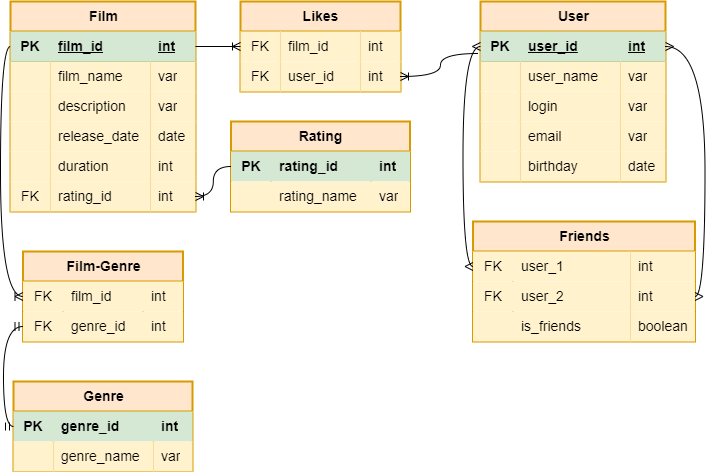
This is schema.png from mrSkobelev/java-filmorate, a draw.io export, as it was before one commit. Source tidied: cells renumbered, new cells last; positions are measured from the earlier drawing's top-left corner, leaving out a move shared by most shapes.
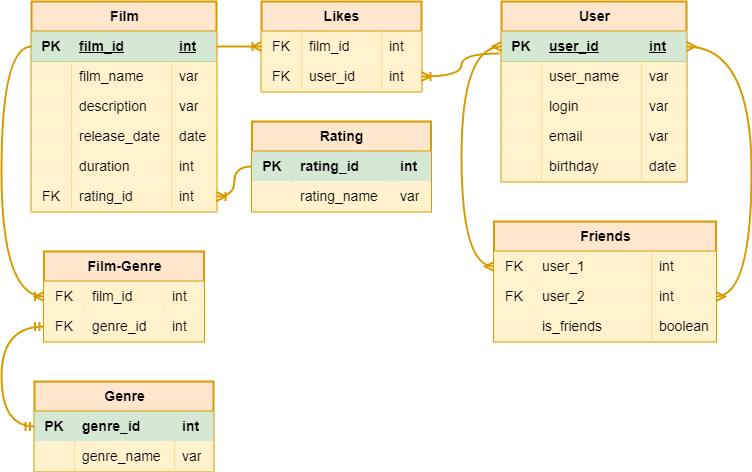
The same file after the commit.

What changed in the source:
```diff
@@ -287,26 +287,46 @@
     <mxCell id="96" value="boolean" style="shape=partialRectangle;fillColor=#fff2cc;top=0;left=0;bottom=0;right=0;align=left;spacingLeft=6;overflow=hidden;whiteSpace=wrap;html=1;fontSize=14;strokeColor=#d6b656;" parent="93" vertex="1">
       <mxGeometry x="157.5" width="64.5" height="30" as="geometry" />
     </mxCell>
-    <mxCell id="97" style="edgeStyle=entityRelationEdgeStyle;fontSize=12;html=1;endArrow=ERoneToMany;rounded=0;entryX=0;entryY=0.5;entryDx=0;entryDy=0;exitX=1;exitY=0.5;exitDx=0;exitDy=0;" parent="1" edge="1" source="3" target="27">
+    <mxCell id="97" style="edgeStyle=entityRelationEdgeStyle;fontSize=12;html=1;endArrow=ERoneToMany;rounded=0;entryX=0;entryY=0.5;entryDx=0;entryDy=0;exitX=1;exitY=0.5;exitDx=0;exitDy=0;fillColor=#ffe6cc;strokeColor=#d79b00;strokeWidth=2;" parent="1" edge="1" source="3" target="27">
       <mxGeometry relative="1" as="geometry" />
     </mxCell>
-    <mxCell id="98" style="edgeStyle=orthogonalEdgeStyle;fontSize=12;html=1;endArrow=ERoneToMany;rounded=0;exitX=-0.011;exitY=0.733;exitDx=0;exitDy=0;exitPerimeter=0;entryX=1;entryY=0.5;entryDx=0;entryDy=0;curved=1;" parent="1" edge="1" source="64" target="32">
+    <mxCell id="98" style="edgeStyle=orthogonalEdgeStyle;fontSize=12;html=1;endArrow=ERoneToMany;rounded=0;exitX=-0.011;exitY=0.733;exitDx=0;exitDy=0;exitPerimeter=0;entryX=1;entryY=0.5;entryDx=0;entryDy=0;curved=1;strokeWidth=2;fillColor=#ffe6cc;strokeColor=#d79b00;" parent="1" edge="1" source="64" target="32">
       <mxGeometry relative="1" as="geometry" />
     </mxCell>
-    <mxCell id="99" style="edgeStyle=orthogonalEdgeStyle;fontSize=12;html=1;endArrow=ERoneToMany;rounded=0;exitX=0;exitY=0.5;exitDx=0;exitDy=0;entryX=0;entryY=0.5;entryDx=0;entryDy=0;curved=1;" parent="1" edge="1" source="3" target="45">
-      <mxGeometry relative="1" as="geometry" />
+    <mxCell id="99" style="edgeStyle=orthogonalEdgeStyle;fontSize=12;html=1;endArrow=ERoneToMany;rounded=0;exitX=0;exitY=0.5;exitDx=0;exitDy=0;entryX=0;entryY=0.5;entryDx=0;entryDy=0;curved=1;strokeColor=#d79b00;fillColor=#ffe6cc;strokeWidth=2;" parent="1" edge="1" source="3" target="45">
+      <mxGeometry relative="1" as="geometry">
+        <Array as="points">
+          <mxPoint x="-30" y="45" />
+          <mxPoint x="-30" y="295" />
+        </Array>
+      </mxGeometry>
     </mxCell>
-    <mxCell id="100" style="edgeStyle=orthogonalEdgeStyle;fontSize=12;html=1;endArrow=ERmany;startArrow=ERmany;rounded=0;curved=1;entryX=0;entryY=0.5;entryDx=0;entryDy=0;exitX=0;exitY=0.5;exitDx=0;exitDy=0;" parent="1" edge="1" source="85" target="64">
-      <mxGeometry relative="1" as="geometry" />
+    <mxCell id="100" style="edgeStyle=orthogonalEdgeStyle;fontSize=12;html=1;endArrow=ERmany;startArrow=ERmany;rounded=0;curved=1;entryX=0;entryY=0.5;entryDx=0;entryDy=0;exitX=0;exitY=0.5;exitDx=0;exitDy=0;strokeWidth=2;fillColor=#ffe6cc;strokeColor=#d79b00;" parent="1" edge="1" source="85" target="64">
+      <mxGeometry relative="1" as="geometry">
+        <Array as="points">
+          <mxPoint x="430" y="265" />
+          <mxPoint x="430" y="45" />
+        </Array>
+      </mxGeometry>
     </mxCell>
-    <mxCell id="101" style="edgeStyle=orthogonalEdgeStyle;fontSize=12;html=1;endArrow=ERmany;startArrow=ERmany;rounded=0;curved=1;entryX=1;entryY=0.5;entryDx=0;entryDy=0;exitX=1;exitY=0.5;exitDx=0;exitDy=0;" parent="1" edge="1" source="89" target="64">
-      <mxGeometry relative="1" as="geometry" />
+    <mxCell id="101" style="edgeStyle=orthogonalEdgeStyle;fontSize=12;html=1;endArrow=ERmany;startArrow=ERmany;rounded=0;curved=1;entryX=1;entryY=0.5;entryDx=0;entryDy=0;exitX=1;exitY=0.5;exitDx=0;exitDy=0;strokeWidth=2;fillColor=#ffe6cc;strokeColor=#d79b00;" parent="1" edge="1" source="89" target="64">
+      <mxGeometry relative="1" as="geometry">
+        <Array as="points">
+          <mxPoint x="720" y="295" />
+          <mxPoint x="720" y="45" />
+        </Array>
+      </mxGeometry>
     </mxCell>
-    <mxCell id="102" style="edgeStyle=orthogonalEdgeStyle;fontSize=12;html=1;endArrow=ERoneToMany;rounded=0;curved=1;exitX=0;exitY=0.5;exitDx=0;exitDy=0;entryX=1;entryY=0.5;entryDx=0;entryDy=0;" parent="1" edge="1" source="37" target="23">
+    <mxCell id="102" style="edgeStyle=orthogonalEdgeStyle;fontSize=12;html=1;endArrow=ERoneToMany;rounded=0;curved=1;exitX=0;exitY=0.5;exitDx=0;exitDy=0;entryX=1;entryY=0.5;entryDx=0;entryDy=0;strokeWidth=2;fillColor=#ffe6cc;strokeColor=#d79b00;" parent="1" edge="1" source="37" target="23">
       <mxGeometry relative="1" as="geometry" />
     </mxCell>
-    <mxCell id="103" style="edgeStyle=orthogonalEdgeStyle;fontSize=12;html=1;endArrow=ERmandOne;startArrow=ERmandOne;rounded=0;curved=1;exitX=0;exitY=0.5;exitDx=0;exitDy=0;entryX=0;entryY=0.5;entryDx=0;entryDy=0;" parent="1" edge="1" source="55" target="50">
-      <mxGeometry relative="1" as="geometry" />
+    <mxCell id="103" style="edgeStyle=orthogonalEdgeStyle;fontSize=12;html=1;endArrow=ERmandOne;startArrow=ERmandOne;rounded=0;curved=1;exitX=0;exitY=0.5;exitDx=0;exitDy=0;entryX=0;entryY=0.5;entryDx=0;entryDy=0;strokeColor=#d79b00;fillColor=#ffe6cc;strokeWidth=2;" parent="1" edge="1" source="55" target="50">
+      <mxGeometry relative="1" as="geometry">
+        <Array as="points">
+          <mxPoint x="-30" y="425" />
+          <mxPoint x="-30" y="325" />
+        </Array>
+      </mxGeometry>
     </mxCell>
   </root>
 </mxGraphModel>
```
